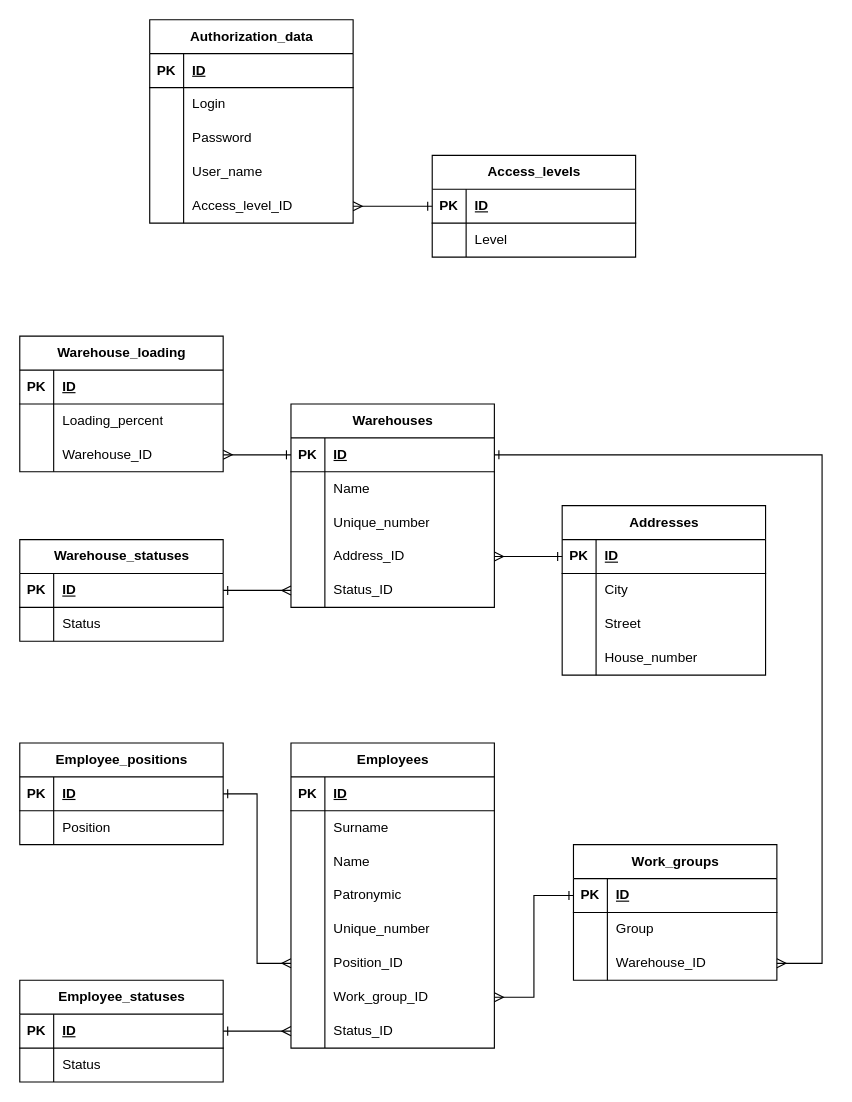
Above: DB_Model/Warehouse-accounting_WPF_DBmodel.drawio in qpashkaaa/Warehouse-accounting (draw.io), before the change. Source tidied: cells renumbered, new cells numbered last; positions are measured from the earlier drawing's top-left corner, leaving out a move shared by most shapes. Both pictures are drawn from the tidied source at 113%, with x=0, y=0 at pixel (19, 19).
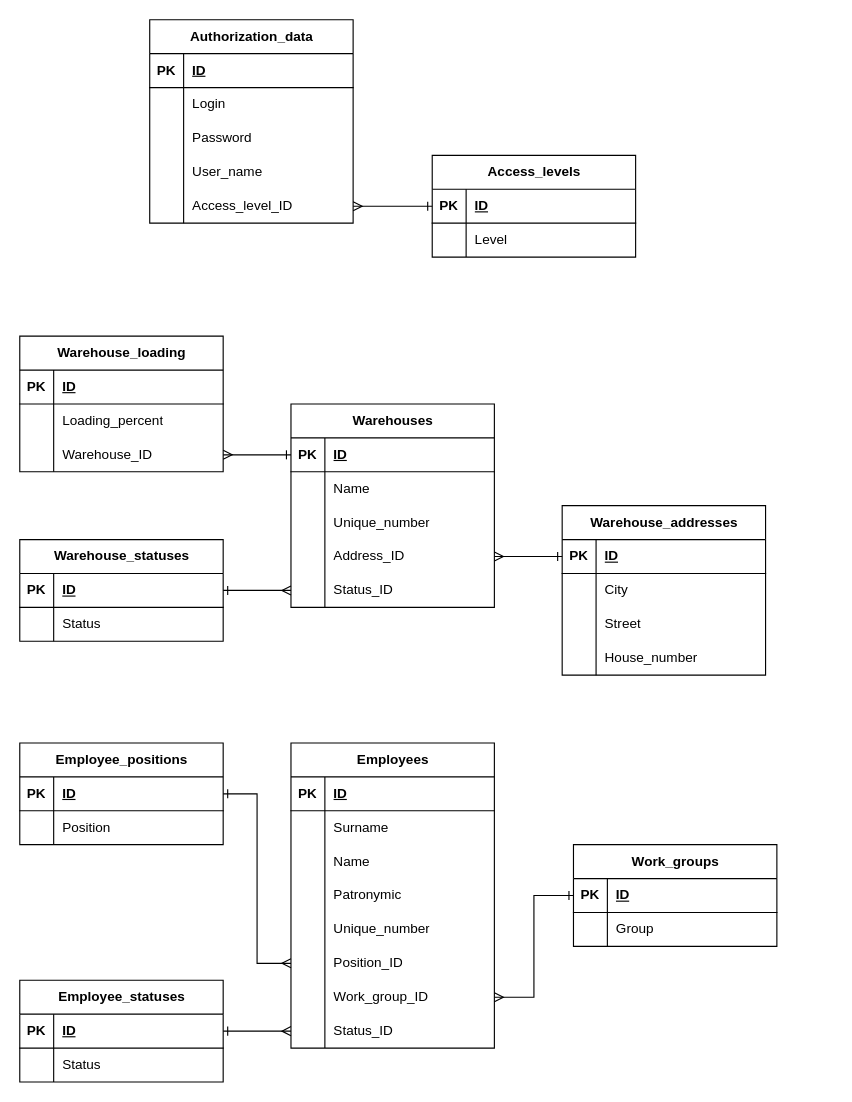
After the change.

Unchanged cells that the change refers to:
```xml
<mxCell id="27" style="shape=tableRow;horizontal=0;startSize=0;swimlaneHead=0;swimlaneBody=0;fillColor=none;points=[[0,0.5],[1,0.5]];portConstraint=eastwest;top=0;left=0;right=0;bottom=1;" parent="26" vertex="1">
  <mxGeometry y="30" width="180" height="30" as="geometry" />
</mxCell>
```

The edit, as a diff of the source:
```diff
@@
-    <mxCell id="42" value="Addresses" style="shape=table;startSize=30;childLayout=tableLayout;rowLines=0;fontStyle=1;align=center;html=1;" parent="1" vertex="1">
+    <mxCell id="42" value="Warehouse_addresses" style="shape=table;startSize=30;childLayout=tableLayout;rowLines=0;fontStyle=1;align=center;html=1;" parent="1" vertex="1">
       <mxGeometry x="480" y="430" width="180" height="150" as="geometry" />
     </mxCell>
@@
     <mxCell id="116" value="Work_groups" style="shape=table;startSize=30;childLayout=tableLayout;rowLines=0;fontStyle=1;align=center;html=1;" parent="1" vertex="1">
-      <mxGeometry x="490" y="730" width="180" height="120" as="geometry" />
+      <mxGeometry x="490" y="730" width="180" height="90" as="geometry" />
     </mxCell>
@@
-    <mxCell id="123" style="shape=tableRow;horizontal=0;startSize=0;swimlaneHead=0;swimlaneBody=0;fillColor=none;points=[[0,0.5],[1,0.5]];portConstraint=eastwest;top=0;left=0;right=0;bottom=0;" parent="116" vertex="1">
-      <mxGeometry y="90" width="180" height="30" as="geometry" />
-    </mxCell>
-    <mxCell id="124" style="shape=partialRectangle;fillColor=none;top=0;left=0;bottom=0;right=0;overflow=hidden;whiteSpace=wrap;html=1;" parent="123" vertex="1">
-      <mxGeometry width="30" height="30" as="geometry" />
-    </mxCell>
-    <mxCell id="125" value="Warehouse_ID" style="shape=partialRectangle;fillColor=none;top=0;left=0;bottom=0;right=0;align=left;spacingLeft=6;overflow=hidden;whiteSpace=wrap;html=1;" parent="123" vertex="1">
-      <mxGeometry x="30" width="150" height="30" as="geometry" />
-    </mxCell>
@@
-    <mxCell id="127" style="edgeStyle=orthogonalEdgeStyle;fontSize=12;html=1;endArrow=ERmany;rounded=0;exitX=1;exitY=0.5;exitDx=0;exitDy=0;entryX=1;entryY=0.5;entryDx=0;entryDy=0;endFill=0;startArrow=ERone;startFill=0;" parent="1" edge="1" source="27" target="123">
-      <mxGeometry relative="1" as="geometry">
-        <Array as="points">
-          <mxPoint x="710" y="385" />
-          <mxPoint x="710" y="835" />
-        </Array>
-      </mxGeometry>
-    </mxCell>
```
